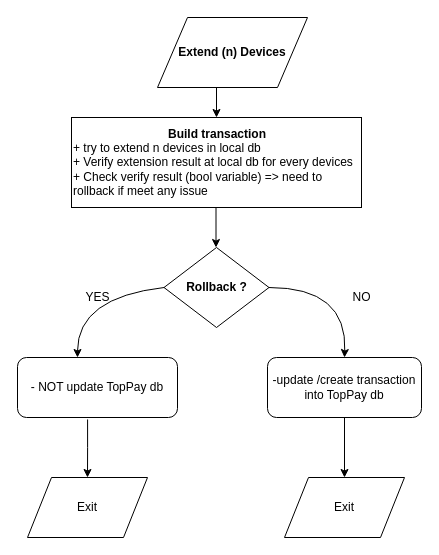
Earlier version of the draw.io diagram TopPay.drawio (lieubv/toppay). Source tidied: cells renumbered, new cells numbered last; positions are measured from the earlier drawing's top-left corner, leaving out a move shared by most shapes. Both pictures are drawn from the tidied source at 100%, with x=0, y=0 at pixel (17, 17).
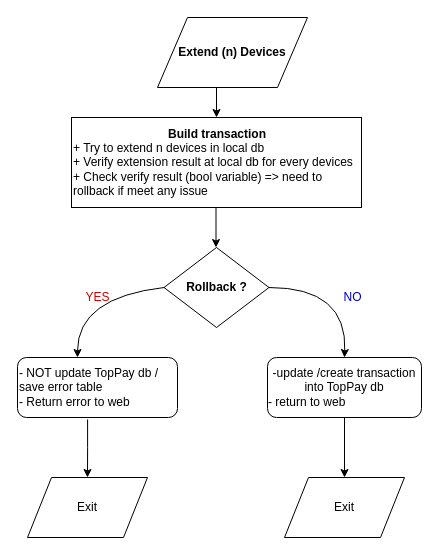
The same page after the edit.

Change to the diagram source:
```diff
@@
-    <mxCell id="3" value="&lt;div style=&quot;text-align: center&quot;&gt;&lt;span&gt;Build transaction&lt;/span&gt;&lt;/div&gt;&lt;span style=&quot;font-weight: normal&quot;&gt;+ try to extend n devices in local db&amp;nbsp;&lt;br&gt;+ Verify extension result at local db for every devices&lt;br&gt;+ Check verify result (bool variable) =&amp;gt; need to rollback if meet any issue&lt;/span&gt;" style="rounded=0;whiteSpace=wrap;html=1;fontStyle=1;align=left;" parent="1" vertex="1">
+    <mxCell id="3" value="&lt;div style=&quot;text-align: center&quot;&gt;&lt;span&gt;Build transaction&lt;/span&gt;&lt;/div&gt;&lt;span style=&quot;font-weight: normal&quot;&gt;+ Try to extend n devices in local db&amp;nbsp;&lt;br&gt;+ Verify extension result at local db for every devices&lt;br&gt;+ Check verify result (bool variable) =&amp;gt; need to rollback if meet any issue&lt;/span&gt;" style="rounded=0;whiteSpace=wrap;html=1;fontStyle=1;align=left;" parent="1" vertex="1">
       <mxGeometry x="54" y="100" width="290" height="90" as="geometry" />
     </mxCell>
@@
-    <mxCell id="7" value="- NOT update TopPay db" style="rounded=1;whiteSpace=wrap;html=1;" parent="1" vertex="1">
+    <mxCell id="7" value="- NOT update TopPay db / save error table&lt;br&gt;- Return error to web" style="rounded=1;whiteSpace=wrap;html=1;align=left;" parent="1" vertex="1">
       <mxGeometry y="340" width="160" height="60" as="geometry" />
     </mxCell>
-    <mxCell id="8" value="-update /create transaction into TopPay db" style="rounded=1;whiteSpace=wrap;html=1;" parent="1" vertex="1">
+    <mxCell id="8" value="-update /create transaction into TopPay db&lt;br&gt;&lt;div style=&quot;text-align: left&quot;&gt;&lt;span&gt;- return to web&lt;/span&gt;&lt;/div&gt;" style="rounded=1;whiteSpace=wrap;html=1;" parent="1" vertex="1">
       <mxGeometry x="250" y="340" width="154" height="60" as="geometry" />
     </mxCell>
@@
-    <mxCell id="11" value="YES&lt;br&gt;" style="text;html=1;align=center;verticalAlign=middle;" parent="1" vertex="1">
+    <mxCell id="11" value="YES&lt;br&gt;" style="text;html=1;align=center;verticalAlign=middle;fontColor=#CC0000;" parent="1" vertex="1">
       <mxGeometry x="60" y="270" width="40" height="20" as="geometry" />
     </mxCell>
-    <mxCell id="12" value="NO&lt;br&gt;" style="text;html=1;align=center;verticalAlign=middle;" parent="1" vertex="1">
-      <mxGeometry x="329" y="270" width="30" height="20" as="geometry" />
+    <mxCell id="12" value="NO&lt;br&gt;" style="text;html=1;align=center;verticalAlign=middle;fontColor=#0000CC;labelBorderColor=none;" parent="1" vertex="1">
+      <mxGeometry x="320" y="270" width="30" height="20" as="geometry" />
     </mxCell>
```
